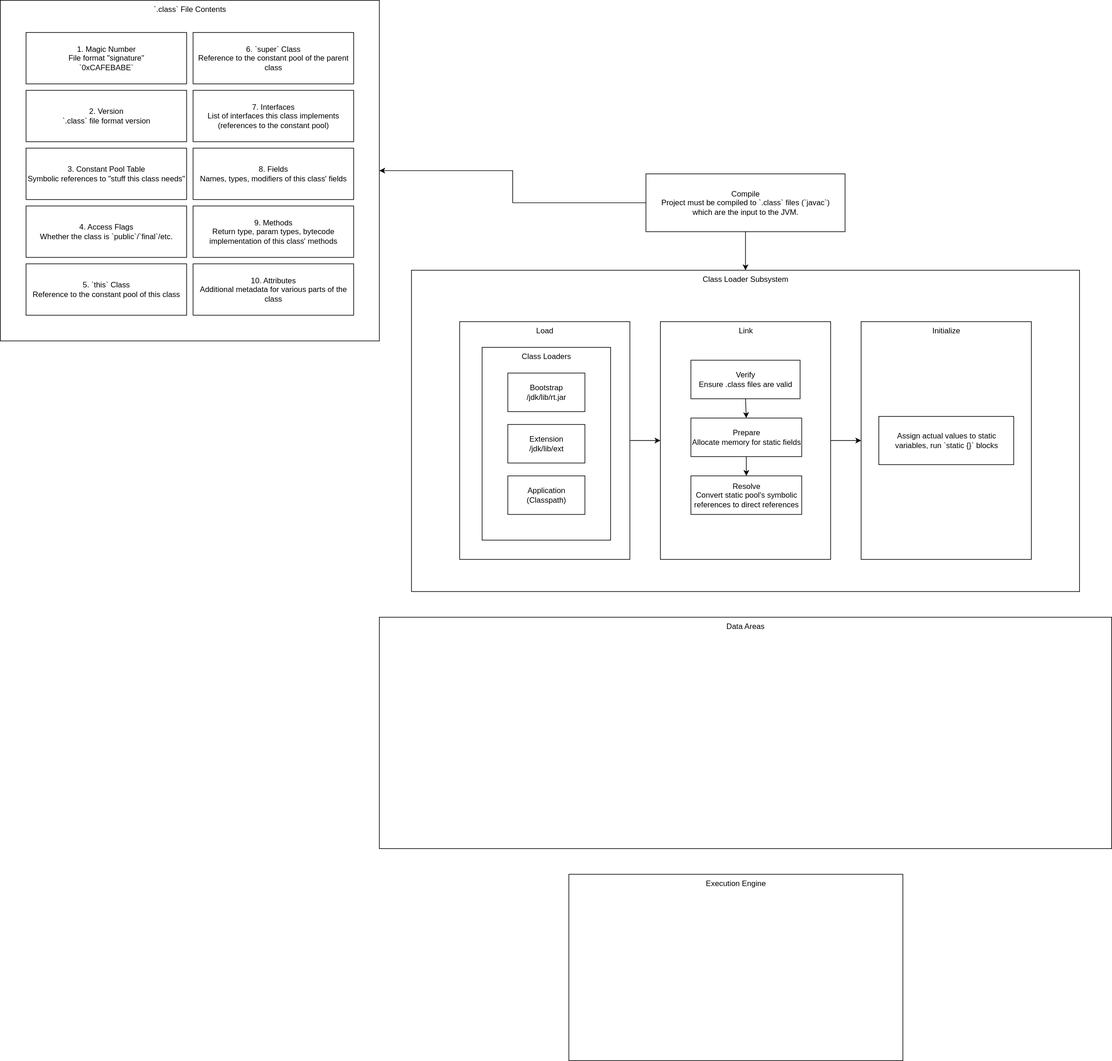
The draw.io diagram jvm-architecture.drawio.svg in nick-esqueda/draw.io-diagrams, before a commit. Source tidied: cells renumbered, new cells last; positions are measured from the earlier drawing's top-left corner, leaving out a move shared by most shapes. Its diagram source:
```xml
<mxGraphModel>
  <root>
    <mxCell id="0" />
    <mxCell id="1" parent="0" />
    <mxCell id="2" value="Class Loader Subsystem" style="whiteSpace=wrap;html=1;verticalAlign=top;" parent="1" vertex="1">
      <mxGeometry x="640" y="420" width="1040" height="500" as="geometry" />
    </mxCell>
    <mxCell id="3" value="Data Areas" style="whiteSpace=wrap;html=1;verticalAlign=top;" parent="1" vertex="1">
      <mxGeometry x="590" y="960" width="1140" height="360" as="geometry" />
    </mxCell>
    <mxCell id="4" value="Execution Engine" style="whiteSpace=wrap;html=1;verticalAlign=top;" parent="1" vertex="1">
      <mxGeometry x="885" y="1360" width="520" height="290" as="geometry" />
    </mxCell>
    <mxCell id="5" style="group;" parent="1" vertex="1">
      <mxGeometry x="700" y="500" width="300" height="370" as="geometry" />
    </mxCell>
    <mxCell id="6" value="Load" style="whiteSpace=wrap;html=1;verticalAlign=top;" parent="5" vertex="1">
      <mxGeometry x="15" width="265" height="370" as="geometry" />
    </mxCell>
    <mxCell id="7" style="group;rotation=90;" parent="5" vertex="1">
      <mxGeometry x="50" y="40" width="200" height="300" as="geometry" />
    </mxCell>
    <mxCell id="8" value="Class Loaders" style="whiteSpace=wrap;html=1;verticalAlign=top;" parent="7" vertex="1">
      <mxGeometry width="200" height="300" as="geometry" />
    </mxCell>
    <mxCell id="9" value="Extension&lt;div&gt;/jdk/lib/ext&lt;/div&gt;" style="whiteSpace=wrap;html=1;" parent="7" vertex="1">
      <mxGeometry x="40" y="120" width="120" height="60" as="geometry" />
    </mxCell>
    <mxCell id="10" value="Bootstrap&lt;div&gt;&lt;div&gt;/jdk/lib/rt.jar&lt;/div&gt;&lt;/div&gt;" style="whiteSpace=wrap;html=1;" parent="7" vertex="1">
      <mxGeometry x="40" y="40" width="120" height="60" as="geometry" />
    </mxCell>
    <mxCell id="11" value="Application&lt;div&gt;(Classpath)&lt;/div&gt;" style="whiteSpace=wrap;html=1;" parent="7" vertex="1">
      <mxGeometry x="40" y="200" width="120" height="60" as="geometry" />
    </mxCell>
    <mxCell id="12" style="edgeStyle=orthogonalEdgeStyle;rounded=0;jettySize=auto;html=1;exitX=0;exitY=0.5;exitDx=0;exitDy=0;" parent="1" edge="1" source="14" target="16">
      <mxGeometry relative="1" as="geometry" />
    </mxCell>
    <mxCell id="13" style="edgeStyle=orthogonalEdgeStyle;rounded=0;jettySize=auto;html=1;exitX=0.5;exitY=1;exitDx=0;exitDy=0;entryX=0.5;entryY=0;entryDx=0;entryDy=0;" parent="1" edge="1" source="14" target="2">
      <mxGeometry relative="1" as="geometry" />
    </mxCell>
    <mxCell id="14" value="Compile&lt;div&gt;Project must be compiled to `.class` files (`javac`) which&amp;nbsp;&lt;span style=&quot;background-color: transparent; color: light-dark(rgb(0, 0, 0), rgb(255, 255, 255));&quot;&gt;are the input to the JVM.&lt;/span&gt;&lt;/div&gt;" style="whiteSpace=wrap;html=1;" parent="1" vertex="1">
      <mxGeometry x="1005" y="270" width="310" height="90" as="geometry" />
    </mxCell>
    <mxCell id="15" style="group;" parent="1" vertex="1">
      <mxGeometry width="590" height="530" as="geometry" />
    </mxCell>
    <mxCell id="16" value="`.class` File Contents" style="whiteSpace=wrap;html=1;verticalAlign=top;" parent="15" vertex="1">
      <mxGeometry width="590" height="530" as="geometry" />
    </mxCell>
    <mxCell id="17" value="1. Magic Number&lt;div&gt;File format &quot;signature&quot;&lt;br&gt;&lt;div&gt;`0xCAFEBABE`&lt;/div&gt;&lt;/div&gt;" style="whiteSpace=wrap;html=1;" parent="15" vertex="1">
      <mxGeometry x="40" y="50" width="250" height="80" as="geometry" />
    </mxCell>
    <mxCell id="18" value="2. Version&lt;div&gt;`.class` file format version&lt;/div&gt;" style="whiteSpace=wrap;html=1;" parent="15" vertex="1">
      <mxGeometry x="40" y="140" width="250" height="80" as="geometry" />
    </mxCell>
    <mxCell id="19" value="3. Constant Pool Table&lt;div&gt;Symbolic references to &quot;stuff this class needs&quot;&lt;/div&gt;" style="whiteSpace=wrap;html=1;" parent="15" vertex="1">
      <mxGeometry x="40" y="230" width="250" height="80" as="geometry" />
    </mxCell>
    <mxCell id="20" value="4. Access Flags&lt;div&gt;Whether the class is `public`/`final`/etc.&lt;/div&gt;" style="whiteSpace=wrap;html=1;" parent="15" vertex="1">
      <mxGeometry x="40" y="320" width="250" height="80" as="geometry" />
    </mxCell>
    <mxCell id="21" value="5. `this` Class&lt;div&gt;Reference to the constant pool of this class&lt;/div&gt;" style="whiteSpace=wrap;html=1;" parent="15" vertex="1">
      <mxGeometry x="40" y="410" width="250" height="80" as="geometry" />
    </mxCell>
    <mxCell id="22" value="6. `super` Class&lt;div&gt;Reference to the constant pool of the parent class&lt;/div&gt;" style="whiteSpace=wrap;html=1;" parent="15" vertex="1">
      <mxGeometry x="300" y="50" width="250" height="80" as="geometry" />
    </mxCell>
    <mxCell id="23" value="7. Interfaces&lt;div&gt;List of interfaces this class implements (references to the constant pool)&lt;/div&gt;" style="whiteSpace=wrap;html=1;" parent="15" vertex="1">
      <mxGeometry x="300" y="140" width="250" height="80" as="geometry" />
    </mxCell>
    <mxCell id="24" value="8. Fields&lt;div&gt;Names, types, modifiers of this class' fields&lt;/div&gt;" style="whiteSpace=wrap;html=1;" parent="15" vertex="1">
      <mxGeometry x="300" y="230" width="250" height="80" as="geometry" />
    </mxCell>
    <mxCell id="25" value="9. Methods&lt;div&gt;Return type, param types, bytecode implementation of this class' methods&lt;/div&gt;" style="whiteSpace=wrap;html=1;" parent="15" vertex="1">
      <mxGeometry x="300" y="320" width="250" height="80" as="geometry" />
    </mxCell>
    <mxCell id="26" value="10. Attributes&lt;div&gt;Additional metadata for various parts of the class&lt;/div&gt;" style="whiteSpace=wrap;html=1;" parent="15" vertex="1">
      <mxGeometry x="300" y="410" width="250" height="80" as="geometry" />
    </mxCell>
    <mxCell id="27" style="group;" parent="1" vertex="1">
      <mxGeometry x="1027.5" y="500" width="265" height="370" as="geometry" />
    </mxCell>
    <mxCell id="28" value="Link" style="whiteSpace=wrap;html=1;verticalAlign=top;" parent="27" vertex="1">
      <mxGeometry width="265" height="370" as="geometry" />
    </mxCell>
    <mxCell id="29" style="edgeStyle=orthogonalEdgeStyle;rounded=0;jettySize=auto;html=1;exitX=0.5;exitY=1;exitDx=0;exitDy=0;entryX=0.5;entryY=0;entryDx=0;entryDy=0;" parent="27" edge="1" source="30" target="32">
      <mxGeometry relative="1" as="geometry" />
    </mxCell>
    <mxCell id="30" value="Verify&lt;div&gt;Ensure .class files are valid&lt;/div&gt;" style="whiteSpace=wrap;html=1;" parent="27" vertex="1">
      <mxGeometry x="47.5" y="60" width="170" height="60" as="geometry" />
    </mxCell>
    <mxCell id="31" style="edgeStyle=orthogonalEdgeStyle;rounded=0;jettySize=auto;html=1;exitX=0.5;exitY=1;exitDx=0;exitDy=0;" parent="27" edge="1" source="32" target="33">
      <mxGeometry relative="1" as="geometry" />
    </mxCell>
    <mxCell id="32" value="Prepare&lt;div&gt;Allocate memory for static fields&lt;/div&gt;" style="whiteSpace=wrap;html=1;" parent="27" vertex="1">
      <mxGeometry x="47.5" y="150" width="172.5" height="60" as="geometry" />
    </mxCell>
    <mxCell id="33" value="Resolve&lt;div&gt;Convert static pool's symbolic references to direct references&lt;/div&gt;" style="whiteSpace=wrap;html=1;" parent="27" vertex="1">
      <mxGeometry x="47.5" y="240" width="172.5" height="60" as="geometry" />
    </mxCell>
    <mxCell id="34" style="group;" parent="1" vertex="1">
      <mxGeometry x="1340" y="500" width="265" height="370" as="geometry" />
    </mxCell>
    <mxCell id="35" value="Initialize" style="whiteSpace=wrap;html=1;verticalAlign=top;" parent="34" vertex="1">
      <mxGeometry width="265" height="370" as="geometry" />
    </mxCell>
    <mxCell id="36" value="Assign actual values to static variables, run `static {}` blocks" style="whiteSpace=wrap;html=1;" parent="34" vertex="1">
      <mxGeometry x="27.5" y="147.5" width="210" height="75" as="geometry" />
    </mxCell>
    <mxCell id="37" style="edgeStyle=orthogonalEdgeStyle;rounded=0;jettySize=auto;html=1;exitX=1;exitY=0.5;exitDx=0;exitDy=0;entryX=0;entryY=0.5;entryDx=0;entryDy=0;" parent="1" edge="1" source="6" target="28">
      <mxGeometry relative="1" as="geometry" />
    </mxCell>
    <mxCell id="38" style="edgeStyle=orthogonalEdgeStyle;rounded=0;jettySize=auto;html=1;exitX=1;exitY=0.5;exitDx=0;exitDy=0;entryX=0;entryY=0.5;entryDx=0;entryDy=0;" parent="1" edge="1" source="28" target="35">
      <mxGeometry relative="1" as="geometry" />
    </mxCell>
  </root>
</mxGraphModel>
```
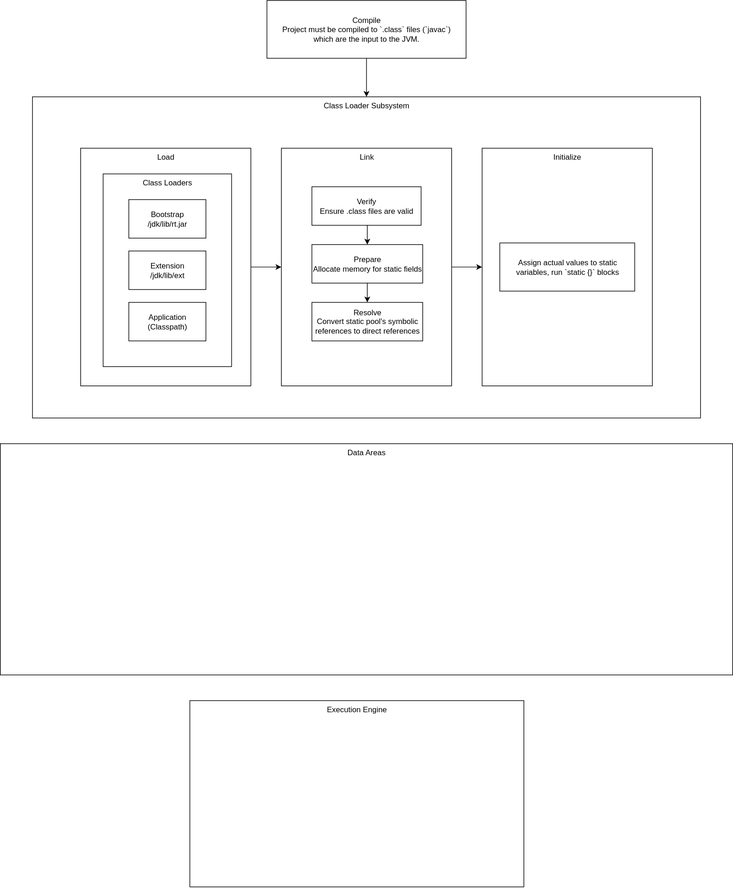
After the change.

Diff of the diagram source:
```diff
@@ -32,51 +32,12 @@
     <mxCell id="11" value="Application&lt;div&gt;(Classpath)&lt;/div&gt;" style="whiteSpace=wrap;html=1;" parent="7" vertex="1">
       <mxGeometry x="40" y="200" width="120" height="60" as="geometry" />
     </mxCell>
-    <mxCell id="12" style="edgeStyle=orthogonalEdgeStyle;rounded=0;jettySize=auto;html=1;exitX=0;exitY=0.5;exitDx=0;exitDy=0;" parent="1" edge="1" source="14" target="16">
-      <mxGeometry relative="1" as="geometry" />
-    </mxCell>
     <mxCell id="13" style="edgeStyle=orthogonalEdgeStyle;rounded=0;jettySize=auto;html=1;exitX=0.5;exitY=1;exitDx=0;exitDy=0;entryX=0.5;entryY=0;entryDx=0;entryDy=0;" parent="1" edge="1" source="14" target="2">
       <mxGeometry relative="1" as="geometry" />
     </mxCell>
     <mxCell id="14" value="Compile&lt;div&gt;Project must be compiled to `.class` files (`javac`) which&amp;nbsp;&lt;span style=&quot;background-color: transparent; color: light-dark(rgb(0, 0, 0), rgb(255, 255, 255));&quot;&gt;are the input to the JVM.&lt;/span&gt;&lt;/div&gt;" style="whiteSpace=wrap;html=1;" parent="1" vertex="1">
       <mxGeometry x="1005" y="270" width="310" height="90" as="geometry" />
     </mxCell>
-    <mxCell id="15" style="group;" parent="1" vertex="1">
-      <mxGeometry width="590" height="530" as="geometry" />
-    </mxCell>
-    <mxCell id="16" value="`.class` File Contents" style="whiteSpace=wrap;html=1;verticalAlign=top;" parent="15" vertex="1">
-      <mxGeometry width="590" height="530" as="geometry" />
-    </mxCell>
-    <mxCell id="17" value="1. Magic Number&lt;div&gt;File format &quot;signature&quot;&lt;br&gt;&lt;div&gt;`0xCAFEBABE`&lt;/div&gt;&lt;/div&gt;" style="whiteSpace=wrap;html=1;" parent="15" vertex="1">
-      <mxGeometry x="40" y="50" width="250" height="80" as="geometry" />
-    </mxCell>
-    <mxCell id="18" value="2. Version&lt;div&gt;`.class` file format version&lt;/div&gt;" style="whiteSpace=wrap;html=1;" parent="15" vertex="1">
-      <mxGeometry x="40" y="140" width="250" height="80" as="geometry" />
-    </mxCell>
-    <mxCell id="19" value="3. Constant Pool Table&lt;div&gt;Symbolic references to &quot;stuff this class needs&quot;&lt;/div&gt;" style="whiteSpace=wrap;html=1;" parent="15" vertex="1">
-      <mxGeometry x="40" y="230" width="250" height="80" as="geometry" />
-    </mxCell>
-    <mxCell id="20" value="4. Access Flags&lt;div&gt;Whether the class is `public`/`final`/etc.&lt;/div&gt;" style="whiteSpace=wrap;html=1;" parent="15" vertex="1">
-      <mxGeometry x="40" y="320" width="250" height="80" as="geometry" />
-    </mxCell>
-    <mxCell id="21" value="5. `this` Class&lt;div&gt;Reference to the constant pool of this class&lt;/div&gt;" style="whiteSpace=wrap;html=1;" parent="15" vertex="1">
-      <mxGeometry x="40" y="410" width="250" height="80" as="geometry" />
-    </mxCell>
-    <mxCell id="22" value="6. `super` Class&lt;div&gt;Reference to the constant pool of the parent class&lt;/div&gt;" style="whiteSpace=wrap;html=1;" parent="15" vertex="1">
-      <mxGeometry x="300" y="50" width="250" height="80" as="geometry" />
-    </mxCell>
-    <mxCell id="23" value="7. Interfaces&lt;div&gt;List of interfaces this class implements (references to the constant pool)&lt;/div&gt;" style="whiteSpace=wrap;html=1;" parent="15" vertex="1">
-      <mxGeometry x="300" y="140" width="250" height="80" as="geometry" />
-    </mxCell>
-    <mxCell id="24" value="8. Fields&lt;div&gt;Names, types, modifiers of this class' fields&lt;/div&gt;" style="whiteSpace=wrap;html=1;" parent="15" vertex="1">
-      <mxGeometry x="300" y="230" width="250" height="80" as="geometry" />
-    </mxCell>
-    <mxCell id="25" value="9. Methods&lt;div&gt;Return type, param types, bytecode implementation of this class' methods&lt;/div&gt;" style="whiteSpace=wrap;html=1;" parent="15" vertex="1">
-      <mxGeometry x="300" y="320" width="250" height="80" as="geometry" />
-    </mxCell>
-    <mxCell id="26" value="10. Attributes&lt;div&gt;Additional metadata for various parts of the class&lt;/div&gt;" style="whiteSpace=wrap;html=1;" parent="15" vertex="1">
-      <mxGeometry x="300" y="410" width="250" height="80" as="geometry" />
-    </mxCell>
     <mxCell id="27" style="group;" parent="1" vertex="1">
       <mxGeometry x="1027.5" y="500" width="265" height="370" as="geometry" />
     </mxCell>
```
